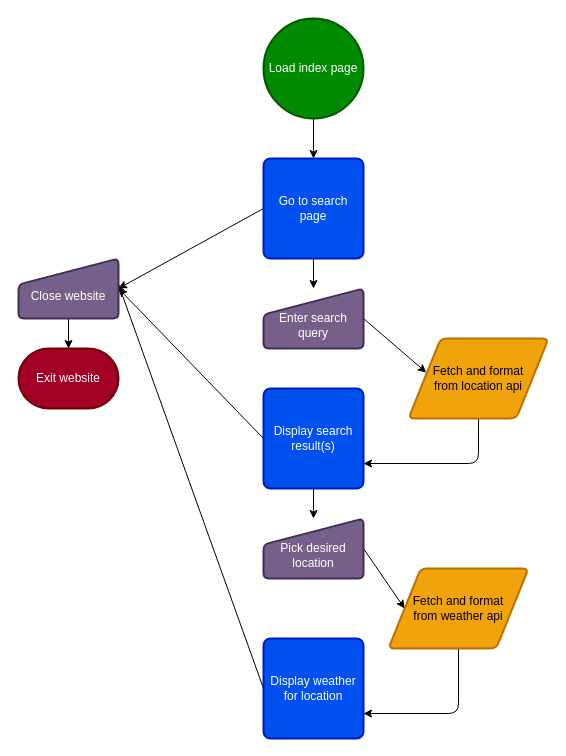
The draw.io diagram resources/uml/flow.drawio in Myrstad/IT2-norway-weather, before the edit. Source tidied: cells renumbered, new cells numbered last; positions are measured from the earlier drawing's top-left corner, leaving out a move shared by most shapes. Both pictures are drawn from the tidied source at 100%, with x=0, y=0 at pixel (18, 18).
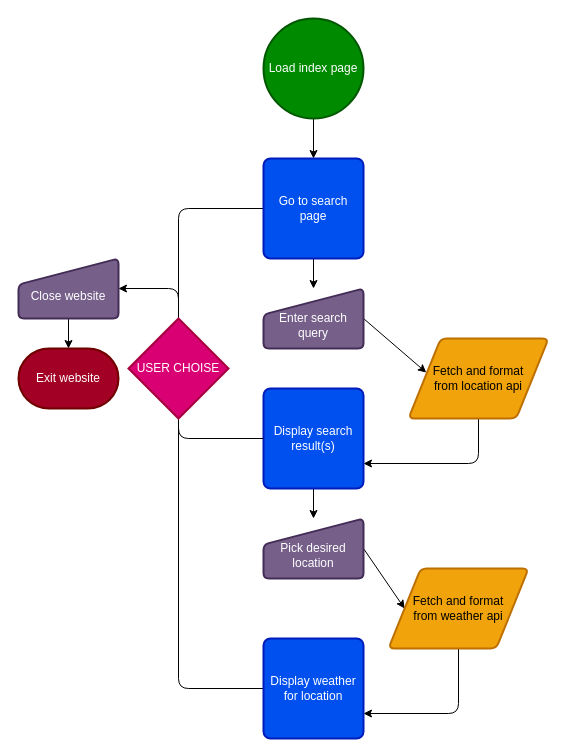
The same page after the edit.

Unchanged cells that the change refers to:
```xml
<mxCell id="8" value="Go to search page" style="rounded=1;whiteSpace=wrap;html=1;absoluteArcSize=1;arcSize=14;strokeWidth=2;fillColor=#0050ef;fontColor=#ffffff;strokeColor=#001DBC;" parent="1" vertex="1">
  <mxGeometry x="245" y="140" width="100" height="100" as="geometry" />
</mxCell>
<mxCell id="11" value="Display search result(s)" style="rounded=1;whiteSpace=wrap;html=1;absoluteArcSize=1;arcSize=14;strokeWidth=2;fillColor=#0050ef;fontColor=#ffffff;strokeColor=#001DBC;" parent="1" vertex="1">
  <mxGeometry x="245" y="370" width="100" height="100" as="geometry" />
</mxCell>
<mxCell id="15" value="Display weather for location" style="rounded=1;whiteSpace=wrap;html=1;absoluteArcSize=1;arcSize=14;strokeWidth=2;fillColor=#0050ef;fontColor=#ffffff;strokeColor=#001DBC;" parent="1" vertex="1">
  <mxGeometry x="245" y="620" width="100" height="100" as="geometry" />
</mxCell>
<mxCell id="18" value="&lt;br&gt;Close website" style="html=1;strokeWidth=2;shape=manualInput;whiteSpace=wrap;rounded=1;size=26;arcSize=11;fillColor=#76608a;fontColor=#ffffff;strokeColor=#432D57;" parent="1" vertex="1">
  <mxGeometry y="240" width="100" height="60" as="geometry" />
</mxCell>
```

Diff of the diagram source:
```diff
@@
-    <mxCell id="7" style="edgeStyle=none;html=1;exitX=0;exitY=0.5;exitDx=0;exitDy=0;entryX=1;entryY=0.5;entryDx=0;entryDy=0;" parent="1" edge="1" source="8" target="18">
-      <mxGeometry relative="1" as="geometry" />
-    </mxCell>
+    <mxCell id="23" style="edgeStyle=none;html=1;exitX=0;exitY=0.5;exitDx=0;exitDy=0;entryX=0.5;entryY=0;entryDx=0;entryDy=0;entryPerimeter=0;strokeColor=default;endArrow=none;endFill=0;" parent="1" edge="1" source="8" target="27">
+      <mxGeometry relative="1" as="geometry">
+        <Array as="points">
+          <mxPoint x="160" y="190" />
+        </Array>
+      </mxGeometry>
+    </mxCell>
@@
-    <mxCell id="10" style="edgeStyle=none;html=1;exitX=0;exitY=0.5;exitDx=0;exitDy=0;entryX=1;entryY=0.5;entryDx=0;entryDy=0;" parent="1" edge="1" source="11" target="18">
-      <mxGeometry relative="1" as="geometry" />
-    </mxCell>
@@
-    <mxCell id="14" style="edgeStyle=none;html=1;exitX=0;exitY=0.5;exitDx=0;exitDy=0;" parent="1" edge="1" source="15">
-      <mxGeometry relative="1" as="geometry">
-        <mxPoint x="100" y="265.9" as="targetPoint" />
-      </mxGeometry>
-    </mxCell>
+    <mxCell id="24" style="edgeStyle=none;html=1;exitX=0;exitY=0.5;exitDx=0;exitDy=0;entryX=0.5;entryY=1;entryDx=0;entryDy=0;entryPerimeter=0;strokeColor=default;endArrow=none;endFill=0;" parent="1" edge="1" source="15" target="27">
+      <mxGeometry relative="1" as="geometry">
+        <Array as="points">
+          <mxPoint x="160" y="670" />
+        </Array>
+      </mxGeometry>
+    </mxCell>
@@
+    <mxCell id="25" style="edgeStyle=none;html=1;exitX=0;exitY=0.5;exitDx=0;exitDy=0;entryX=0.5;entryY=1;entryDx=0;entryDy=0;endArrow=none;entryPerimeter=0;" parent="1" edge="1" source="11" target="27">
+      <mxGeometry relative="1" as="geometry">
+        <Array as="points">
+          <mxPoint x="160" y="420" />
+        </Array>
+      </mxGeometry>
+    </mxCell>
+    <mxCell id="26" style="edgeStyle=none;html=1;exitX=0.5;exitY=0;exitDx=0;exitDy=0;exitPerimeter=0;entryX=1;entryY=0.5;entryDx=0;entryDy=0;strokeColor=default;" parent="1" edge="1" source="27" target="18">
+      <mxGeometry relative="1" as="geometry">
+        <Array as="points">
+          <mxPoint x="160" y="270" />
+        </Array>
+      </mxGeometry>
+    </mxCell>
+    <mxCell id="27" value="USER CHOISE" style="strokeWidth=2;html=1;shape=mxgraph.flowchart.decision;whiteSpace=wrap;fillColor=#d80073;fontColor=#ffffff;strokeColor=#A50040;" parent="1" vertex="1">
+      <mxGeometry x="110" y="300" width="100" height="100" as="geometry" />
+    </mxCell>
```
